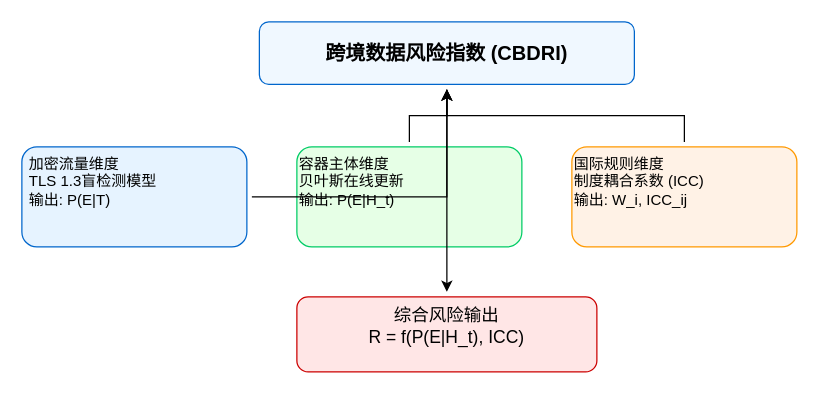
Above: CBDRI_Framework.drawio in Kent919/CBDRI (draw.io), before the change. Source tidied: cells renumbered, new cells numbered last; positions are measured from the earlier drawing's top-left corner, leaving out a move shared by most shapes. Both pictures are drawn from the tidied source at 125%, with x=0, y=0 at pixel (21, 21).
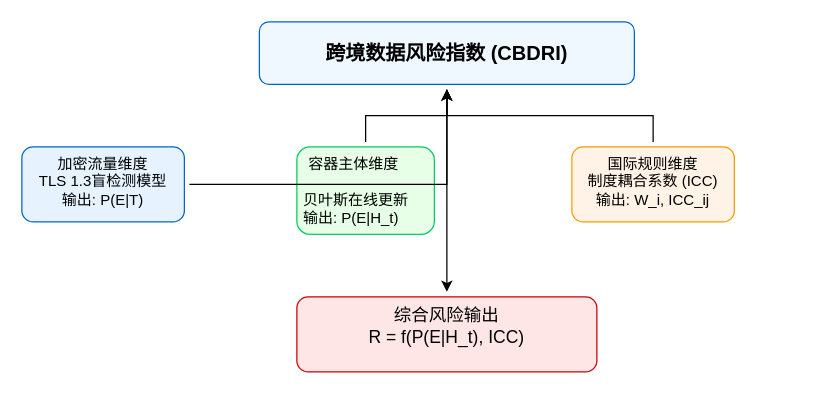
The same diagram, later.

The edit, as a diff of the source:
```diff
@@
 <mxGraphModel>
   <root>
     <mxCell id="0" />
     <mxCell id="1" parent="0" />
     <mxCell id="2" value="跨境数据风险指数 (CBDRI)" style="rounded=1;whiteSpace=wrap;html=1;fillColor=#f0f8ff;strokeColor=#0066cc;fontSize=16;fontStyle=1;" parent="1" vertex="1">
       <mxGeometry x="190" width="300" height="50" as="geometry" />
     </mxCell>
-    <mxCell id="3" value="加密流量维度&#10;TLS 1.3盲检测模型&#10;输出: P(E|T)" style="text;strokeColor=none;fillColor=none;align=left;verticalAlign=top;whiteSpace=wrap;rounded=1;html=1;fillColor=#e6f3ff;strokeColor=#0066cc;spacingLeft=4;spacingRight=4;" parent="1" vertex="1">
-      <mxGeometry y="100" width="180" height="80" as="geometry" />
+    <mxCell id="3" value="&lt;div style=&quot;&quot;&gt;加密流量维度&lt;/div&gt;&lt;div style=&quot;&quot;&gt;TLS 1.3盲检测模型&lt;/div&gt;&lt;div style=&quot;&quot;&gt;输出: P(E|T)&lt;/div&gt;" style="text;strokeColor=none;fillColor=none;align=center;verticalAlign=top;whiteSpace=wrap;rounded=1;html=1;fillColor=#e6f3ff;strokeColor=#0066cc;spacingLeft=4;spacingRight=4;" parent="1" vertex="1">
+      <mxGeometry y="100" width="130" height="60" as="geometry" />
     </mxCell>
-    <mxCell id="4" value="容器主体维度&#10;贝叶斯在线更新&#10;输出: P(E|H_t)" style="text;strokeColor=none;fillColor=none;align=left;verticalAlign=top;whiteSpace=wrap;rounded=1;html=1;fillColor=#e6ffe6;strokeColor=#00cc66;" parent="1" vertex="1">
-      <mxGeometry x="220" y="100" width="180" height="80" as="geometry" />
+    <mxCell id="4" value="&lt;div style=&quot;text-align: center;&quot;&gt;容器主体维度&lt;br&gt;&lt;/div&gt;&lt;br&gt;&lt;div style=&quot;text-align: center;&quot;&gt;&amp;nbsp;贝叶斯在线更新&lt;br&gt;&lt;/div&gt;&lt;div&gt;&amp;nbsp;输出: P(E|H_t)&lt;/div&gt;" style="text;strokeColor=none;fillColor=none;align=left;verticalAlign=top;whiteSpace=wrap;rounded=1;html=1;fillColor=#e6ffe6;strokeColor=#00cc66;" parent="1" vertex="1">
+      <mxGeometry x="220" y="100" width="110" height="70" as="geometry" />
     </mxCell>
-    <mxCell id="5" value="国际规则维度&#10;制度耦合系数 (ICC)&#10;输出: W_i, ICC_ij" style="text;strokeColor=none;fillColor=none;align=left;verticalAlign=top;whiteSpace=wrap;rounded=1;html=1;fillColor=#fff2e6;strokeColor=#ff9900;" parent="1" vertex="1">
-      <mxGeometry x="440" y="100" width="180" height="80" as="geometry" />
+    <mxCell id="5" value="国际规则维度&lt;br&gt;制度耦合系数 (ICC)&lt;br&gt;输出: W_i, ICC_ij" style="text;strokeColor=none;fillColor=none;align=center;verticalAlign=top;whiteSpace=wrap;rounded=1;html=1;fillColor=#fff2e6;strokeColor=#ff9900;" parent="1" vertex="1">
+      <mxGeometry x="440" y="100" width="130" height="60" as="geometry" />
     </mxCell>
     <mxCell id="6" style="edgeStyle=orthogonalEdgeStyle;rounded=0;jettySize=auto;sourcePerimeterSpacing=4;targetPerimeterSpacing=4;strokeColor=#000000;" parent="1" edge="1" source="3" target="2">
       <mxGeometry relative="1" as="geometry" />
     </mxCell>
     <mxCell id="7" style="edgeStyle=orthogonalEdgeStyle;rounded=0;jettySize=auto;sourcePerimeterSpacing=4;targetPerimeterSpacing=4;strokeColor=#000000;" parent="1" edge="1" source="4" target="2">
       <mxGeometry relative="1" as="geometry" />
     </mxCell>
     <mxCell id="8" style="edgeStyle=orthogonalEdgeStyle;rounded=0;jettySize=auto;sourcePerimeterSpacing=4;targetPerimeterSpacing=4;strokeColor=#000000;" parent="1" edge="1" source="5" target="2">
       <mxGeometry relative="1" as="geometry" />
     </mxCell>
     <mxCell id="9" value="综合风险输出&#10;R = f(P(E|H_t), ICC)" style="text;strokeColor=none;fillColor=none;align=center;verticalAlign=top;whiteSpace=wrap;rounded=1;html=1;fillColor=#ffe6e6;strokeColor=#cc0000;fontSize=14;" parent="1" vertex="1">
       <mxGeometry x="220" y="220" width="240" height="60" as="geometry" />
     </mxCell>
     <mxCell id="10" style="edgeStyle=orthogonalEdgeStyle;rounded=0;jettySize=auto;sourcePerimeterSpacing=4;targetPerimeterSpacing=4;strokeColor=#000000;" parent="1" edge="1" source="2" target="9">
       <mxGeometry relative="1" as="geometry" />
     </mxCell>
   </root>
 </mxGraphModel>
```
